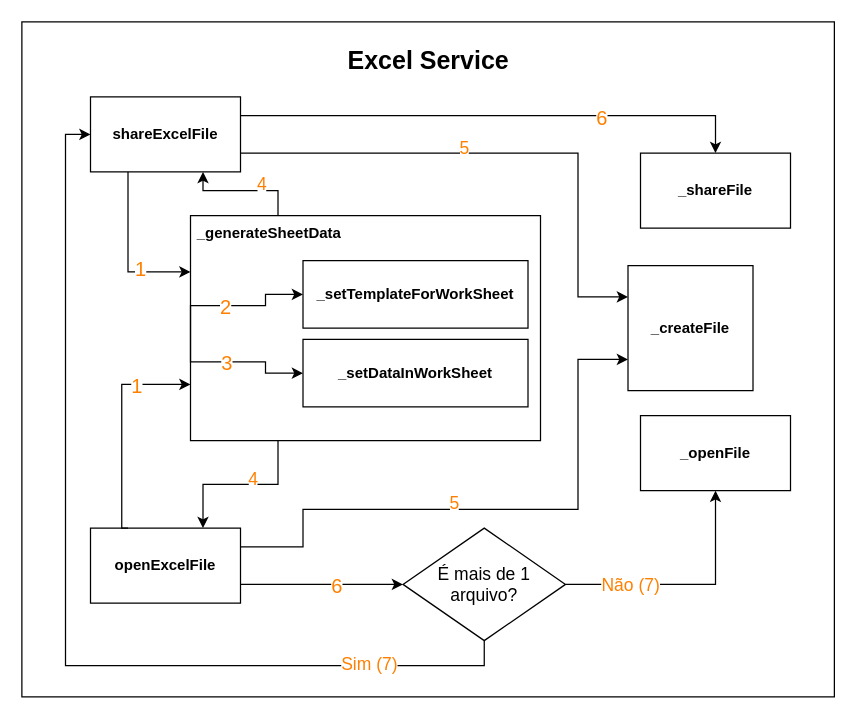
Above: page "Excel Service Diagram" (8 of 8) of figuras/Untitled Diagram.drawio in Dojak220/nurse-docs (draw.io), before the change. Source tidied: cells renumbered, new cells numbered last; positions are measured from the earlier drawing's top-left corner, leaving out a move shared by most shapes. Both pictures are drawn from the tidied source at 125%, with x=0, y=0 at pixel (21, 21).
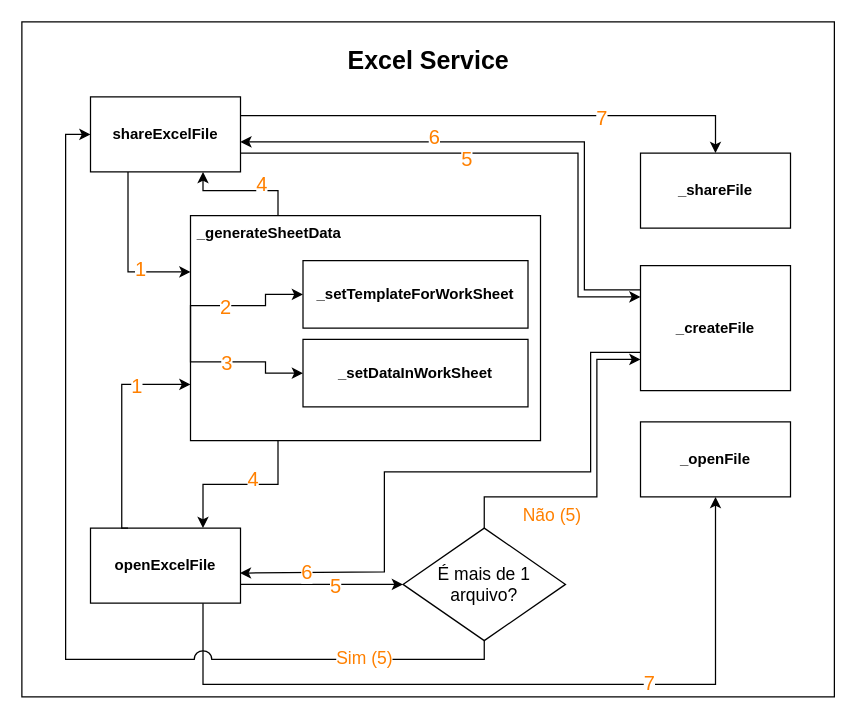
After the change.

Unchanged cells that the change refers to:
```xml
<mxCell id="5" style="edgeStyle=orthogonalEdgeStyle;rounded=0;jettySize=auto;html=1;exitX=1;exitY=0.75;exitDx=0;exitDy=0;entryX=0;entryY=0.5;entryDx=0;entryDy=0;fontSize=14;fontColor=#000000;" parent="1" edge="1" source="7" target="37">
  <mxGeometry relative="1" as="geometry" />
</mxCell>
<mxCell id="7" value="&lt;b&gt;openExcelFile&lt;/b&gt;" style="rounded=0;whiteSpace=wrap;html=1;fontColor=#000000;" parent="1" vertex="1">
  <mxGeometry x="54.9" y="405" width="120" height="60" as="geometry" />
</mxCell>
<mxCell id="11" style="edgeStyle=orthogonalEdgeStyle;rounded=0;jettySize=auto;html=1;exitX=1;exitY=0.75;exitDx=0;exitDy=0;entryX=0;entryY=0.25;entryDx=0;entryDy=0;fontSize=14;fontColor=#000000;" parent="1" edge="1" source="15" target="16">
  <mxGeometry relative="1" as="geometry">
    <Array as="points">
      <mxPoint x="444.9" y="105" />
      <mxPoint x="444.9" y="220" />
    </Array>
  </mxGeometry>
</mxCell>
<mxCell id="13" style="edgeStyle=orthogonalEdgeStyle;rounded=0;jettySize=auto;html=1;exitX=1;exitY=0.25;exitDx=0;exitDy=0;entryX=0.5;entryY=0;entryDx=0;entryDy=0;fontSize=14;fontColor=#000000;" parent="1" edge="1" source="15" target="17">
  <mxGeometry relative="1" as="geometry" />
</mxCell>
<mxCell id="15" value="&lt;b&gt;shareExcelFile&lt;br&gt;&lt;/b&gt;" style="rounded=0;whiteSpace=wrap;html=1;fontColor=#000000;" parent="1" vertex="1">
  <mxGeometry x="54.9" y="60" width="120" height="60" as="geometry" />
</mxCell>
<mxCell id="21" style="edgeStyle=orthogonalEdgeStyle;rounded=0;jettySize=auto;html=1;exitX=0.25;exitY=1;exitDx=0;exitDy=0;entryX=0.75;entryY=0;entryDx=0;entryDy=0;fontSize=14;fontColor=#000000;" parent="1" edge="1" source="23" target="7">
  <mxGeometry relative="1" as="geometry" />
</mxCell>
<mxCell id="31" style="edgeStyle=orthogonalEdgeStyle;rounded=0;jettySize=auto;html=1;exitX=0.25;exitY=0;exitDx=0;exitDy=0;entryX=0.75;entryY=1;entryDx=0;entryDy=0;fontSize=14;fontColor=#000000;" parent="1" edge="1" source="24" target="15">
  <mxGeometry relative="1" as="geometry" />
</mxCell>
<mxCell id="37" value="É mais de 1 arquivo?" style="rhombus;whiteSpace=wrap;html=1;fontSize=14;fontColor=#000000;" parent="1" vertex="1">
  <mxGeometry x="304.9" y="405" width="130" height="90" as="geometry" />
</mxCell>
```

Change to the diagram source:
```diff
@@
-    <mxCell id="3" style="edgeStyle=orthogonalEdgeStyle;rounded=0;jettySize=auto;html=1;exitX=1;exitY=0.25;exitDx=0;exitDy=0;entryX=0;entryY=0.75;entryDx=0;entryDy=0;fontSize=14;fontColor=#000000;" parent="1" edge="1" source="7" target="16">
+    <mxCell id="3" style="edgeStyle=orthogonalEdgeStyle;rounded=0;jettySize=auto;html=1;exitX=0.5;exitY=0;exitDx=0;exitDy=0;entryX=0;entryY=0.75;entryDx=0;entryDy=0;fontSize=14;fontColor=#000000;" parent="1" edge="1" source="37" target="16">
       <mxGeometry relative="1" as="geometry">
         <Array as="points">
-          <mxPoint x="224.9" y="420" />
-          <mxPoint x="224.9" y="390" />
-          <mxPoint x="444.9" y="390" />
-          <mxPoint x="444.9" y="270" />
+          <mxPoint x="370" y="380" />
+          <mxPoint x="460" y="380" />
+          <mxPoint x="460" y="270" />
         </Array>
       </mxGeometry>
     </mxCell>
-    <mxCell id="4" value="5" style="edgeLabel;html=1;align=center;verticalAlign=middle;fontSize=14;fontColor=#FF8000;" parent="3" vertex="1">
+    <mxCell id="4" value="Não (5)" style="edgeLabel;html=1;align=center;verticalAlign=middle;fontSize=14;fontColor=#FF8000;" parent="3" vertex="1">
       <mxGeometry x="-0.08" y="6" relative="1" as="geometry">
-        <mxPoint x="-11" as="offset" />
+        <mxPoint x="-31" y="19" as="offset" />
       </mxGeometry>
     </mxCell>
@@
-    <mxCell id="6" value="6" style="edgeLabel;html=1;align=center;verticalAlign=middle;fontSize=16;fontColor=#FF8000;" parent="5" vertex="1">
-      <mxGeometry x="0.18" relative="1" as="geometry" />
+    <mxCell id="6" value="5" style="edgeLabel;html=1;align=center;verticalAlign=middle;fontSize=16;fontColor=#FF8000;" parent="5" vertex="1">
+      <mxGeometry x="0.18" relative="1" as="geometry">
+        <mxPoint x="-1" as="offset" />
+      </mxGeometry>
     </mxCell>
+    <mxCell id="38" style="edgeStyle=orthogonalEdgeStyle;rounded=0;jettySize=auto;html=1;exitX=0.75;exitY=1;exitDx=0;exitDy=0;entryX=0.5;entryY=1;entryDx=0;entryDy=0;fontSize=14;fontColor=#FF8000;jumpStyle=arc;" parent="1" edge="1" source="7" target="18">
+      <mxGeometry relative="1" as="geometry">
+        <Array as="points">
+          <mxPoint x="145" y="530" />
+          <mxPoint x="555" y="530" />
+        </Array>
+      </mxGeometry>
+    </mxCell>
+    <mxCell id="39" value="7" style="edgeLabel;html=1;align=center;verticalAlign=middle;fontSize=16;fontColor=#FF8000;" parent="38" vertex="1">
+      <mxGeometry x="0.35" y="2" relative="1" as="geometry" />
+    </mxCell>
@@
-    <mxCell id="12" value="5" style="edgeLabel;html=1;align=center;verticalAlign=middle;fontSize=14;fontColor=#FF8000;" parent="11" vertex="1">
-      <mxGeometry x="-0.16" y="5" relative="1" as="geometry" />
+    <mxCell id="12" value="5" style="edgeLabel;html=1;align=center;verticalAlign=middle;fontSize=16;fontColor=#FF8000;" parent="11" vertex="1">
+      <mxGeometry x="-0.16" y="5" relative="1" as="geometry">
+        <mxPoint x="-2" y="9" as="offset" />
+      </mxGeometry>
     </mxCell>
@@
-    <mxCell id="14" value="6" style="edgeLabel;html=1;align=center;verticalAlign=middle;fontSize=16;fontColor=#FF8000;" parent="13" vertex="1">
+    <mxCell id="14" value="7" style="edgeLabel;html=1;align=center;verticalAlign=middle;fontSize=16;fontColor=#FF8000;" parent="13" vertex="1">
       <mxGeometry x="-0.05" y="-1" relative="1" as="geometry">
         <mxPoint x="94" as="offset" />
       </mxGeometry>
     </mxCell>
@@
+    <mxCell id="40" style="edgeStyle=orthogonalEdgeStyle;rounded=0;jettySize=auto;html=1;exitX=0.008;exitY=0.193;exitDx=0;exitDy=0;fontSize=20;fontColor=#FF8000;exitPerimeter=0;entryX=0.999;entryY=0.6;entryDx=0;entryDy=0;entryPerimeter=0;" parent="1" edge="1" source="16" target="15">
+      <mxGeometry relative="1" as="geometry">
+        <Array as="points">
+          <mxPoint x="450" y="214" />
+          <mxPoint x="450" y="96" />
+        </Array>
+      </mxGeometry>
+    </mxCell>
+    <mxCell id="41" style="edgeStyle=orthogonalEdgeStyle;rounded=0;jettySize=auto;html=1;exitX=-0.001;exitY=0.694;exitDx=0;exitDy=0;entryX=0.996;entryY=0.6;entryDx=0;entryDy=0;fontSize=20;fontColor=#FF8000;exitPerimeter=0;entryPerimeter=0;" parent="1" edge="1" source="16" target="7">
+      <mxGeometry relative="1" as="geometry">
+        <Array as="points">
+          <mxPoint x="455" y="264" />
+          <mxPoint x="455" y="360" />
+          <mxPoint x="290" y="360" />
+          <mxPoint x="290" y="440" />
+          <mxPoint x="174" y="440" />
+        </Array>
+      </mxGeometry>
+    </mxCell>
+    <mxCell id="42" value="6" style="edgeLabel;html=1;align=center;verticalAlign=middle;fontSize=16;fontColor=#FF8000;" parent="41" vertex="1">
+      <mxGeometry x="0.81" y="1" relative="1" as="geometry">
+        <mxPoint x="6" y="-2" as="offset" />
+      </mxGeometry>
+    </mxCell>
     <mxCell id="16" value="&lt;b&gt;_createFile&lt;/b&gt;" style="rounded=0;whiteSpace=wrap;html=1;fontColor=#000000;" parent="1" vertex="1">
-      <mxGeometry x="484.9" y="195" width="100" height="100" as="geometry" />
+      <mxGeometry x="494.9" y="195" width="120" height="100" as="geometry" />
     </mxCell>
@@
     <mxCell id="18" value="&lt;b&gt;_openFile&lt;/b&gt;" style="rounded=0;whiteSpace=wrap;html=1;fontColor=#000000;" parent="1" vertex="1">
-      <mxGeometry x="494.9" y="315" width="120" height="60" as="geometry" />
+      <mxGeometry x="494.9" y="320" width="120" height="60" as="geometry" />
     </mxCell>
@@
-    <mxCell id="22" value="4" style="edgeLabel;html=1;align=center;verticalAlign=middle;fontSize=14;fontColor=#FF8000;" parent="21" vertex="1">
+    <mxCell id="22" value="4" style="edgeLabel;html=1;align=center;verticalAlign=middle;fontSize=16;fontColor=#FF8000;" parent="21" vertex="1">
       <mxGeometry x="-0.15" relative="1" as="geometry">
         <mxPoint y="-5" as="offset" />
       </mxGeometry>
     </mxCell>
@@
-    <mxCell id="32" value="4" style="edgeLabel;html=1;align=center;verticalAlign=middle;fontSize=14;fontColor=#FF8000;" parent="31" vertex="1">
+    <mxCell id="32" value="4" style="edgeLabel;html=1;align=center;verticalAlign=middle;fontSize=16;fontColor=#FF8000;" parent="31" vertex="1">
       <mxGeometry x="-0.3" y="1" relative="1" as="geometry">
         <mxPoint y="-7" as="offset" />
       </mxGeometry>
     </mxCell>
-    <mxCell id="33" style="edgeStyle=orthogonalEdgeStyle;rounded=0;jettySize=auto;html=1;entryX=0.5;entryY=1;entryDx=0;entryDy=0;fontSize=14;fontColor=#000000;" parent="1" edge="1" source="37" target="18">
-      <mxGeometry relative="1" as="geometry" />
-    </mxCell>
-    <mxCell id="34" value="Não (7)" style="edgeLabel;html=1;align=center;verticalAlign=middle;fontSize=14;fontColor=#FF8000;" parent="33" vertex="1">
-      <mxGeometry x="0.09" relative="1" as="geometry">
-        <mxPoint x="-54" as="offset" />
-      </mxGeometry>
-    </mxCell>
-    <mxCell id="35" style="edgeStyle=orthogonalEdgeStyle;rounded=0;jettySize=auto;html=1;exitX=0.5;exitY=1;exitDx=0;exitDy=0;entryX=0;entryY=0.5;entryDx=0;entryDy=0;fontSize=14;fontColor=#000000;" parent="1" edge="1" source="37" target="15">
-      <mxGeometry relative="1" as="geometry" />
+    <mxCell id="35" style="edgeStyle=orthogonalEdgeStyle;rounded=0;jettySize=auto;html=1;exitX=0.5;exitY=1;exitDx=0;exitDy=0;entryX=0;entryY=0.5;entryDx=0;entryDy=0;fontSize=14;fontColor=#000000;jumpStyle=arc;jumpSize=14;" parent="1" edge="1" source="37" target="15">
+      <mxGeometry relative="1" as="geometry">
+        <Array as="points">
+          <mxPoint x="370" y="510" />
+          <mxPoint x="35" y="510" />
+          <mxPoint x="35" y="90" />
+        </Array>
+      </mxGeometry>
     </mxCell>
-    <mxCell id="36" value="Sim (7)" style="edgeLabel;html=1;align=center;verticalAlign=middle;fontSize=14;fontColor=#FF8000;" parent="35" vertex="1">
+    <mxCell id="36" value="Sim (5)" style="edgeLabel;html=1;align=center;verticalAlign=middle;fontSize=14;fontColor=#FF8000;" parent="35" vertex="1">
       <mxGeometry x="-0.86" y="-2" relative="1" as="geometry">
         <mxPoint x="-56" as="offset" />
       </mxGeometry>
     </mxCell>
@@
+    <mxCell id="43" value="6" style="edgeLabel;html=1;align=center;verticalAlign=middle;fontSize=16;fontColor=#FF8000;" parent="1" vertex="1">
+      <mxGeometry x="329" y="91" as="geometry" />
+    </mxCell>
```
